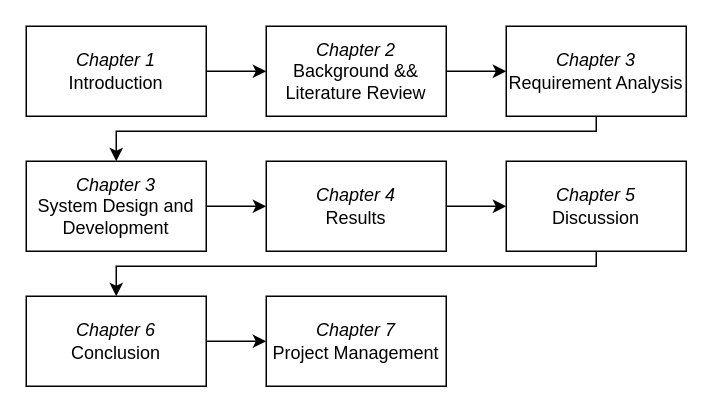
The draw.io diagram 未命名绘图.drawio in YuezhenQin/docs, before the edit. Source tidied: cells renumbered, new cells numbered last; positions are measured from the earlier drawing's top-left corner, leaving out a move shared by most shapes. Both pictures are drawn from the tidied source at 150%, with x=0, y=0 at pixel (26, 26).
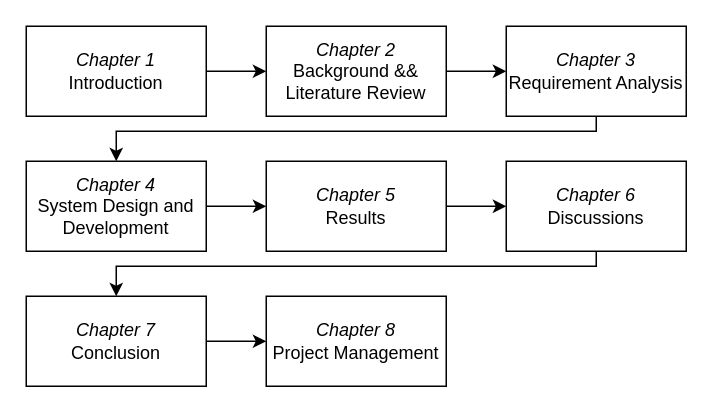
The same diagram, later.

Commit message:
更新未命名绘图.drawio

Change to the diagram source:
```diff
@@
-    <mxCell id="9" value="&lt;i&gt;Chapter 3&lt;/i&gt;&lt;br&gt;System Design and Development" style="rounded=0;whiteSpace=wrap;html=1;" parent="1" vertex="1">
+    <mxCell id="9" value="&lt;i&gt;Chapter 4&lt;/i&gt;&lt;br&gt;System Design and Development" style="rounded=0;whiteSpace=wrap;html=1;" parent="1" vertex="1">
       <mxGeometry y="90" width="120" height="60" as="geometry" />
     </mxCell>
@@
-    <mxCell id="11" value="&lt;i&gt;Chapter 4&lt;/i&gt;&lt;br&gt;Results" style="rounded=0;whiteSpace=wrap;html=1;" parent="1" vertex="1">
+    <mxCell id="11" value="&lt;i&gt;Chapter 5&lt;/i&gt;&lt;br&gt;Results" style="rounded=0;whiteSpace=wrap;html=1;" parent="1" vertex="1">
       <mxGeometry x="160" y="90" width="120" height="60" as="geometry" />
     </mxCell>
@@
-    <mxCell id="13" value="&lt;i&gt;Chapter 5&lt;/i&gt;&lt;br&gt;Discussion" style="rounded=0;whiteSpace=wrap;html=1;" parent="1" vertex="1">
+    <mxCell id="13" value="&lt;i&gt;Chapter 6&lt;/i&gt;&lt;br&gt;Discussions" style="rounded=0;whiteSpace=wrap;html=1;" parent="1" vertex="1">
       <mxGeometry x="320" y="90" width="120" height="60" as="geometry" />
     </mxCell>
@@
-    <mxCell id="15" value="&lt;i&gt;Chapter 6&lt;/i&gt;&lt;br&gt;Conclusion" style="rounded=0;whiteSpace=wrap;html=1;" parent="1" vertex="1">
+    <mxCell id="15" value="&lt;i&gt;Chapter 7&lt;/i&gt;&lt;br&gt;Conclusion" style="rounded=0;whiteSpace=wrap;html=1;" parent="1" vertex="1">
       <mxGeometry y="180" width="120" height="60" as="geometry" />
     </mxCell>
-    <mxCell id="16" value="&lt;i&gt;Chapter 7&lt;/i&gt;&lt;br&gt;Project Management" style="rounded=0;whiteSpace=wrap;html=1;" parent="1" vertex="1">
+    <mxCell id="16" value="&lt;i&gt;Chapter 8&lt;/i&gt;&lt;br&gt;Project Management" style="rounded=0;whiteSpace=wrap;html=1;" parent="1" vertex="1">
       <mxGeometry x="160" y="180" width="120" height="60" as="geometry" />
     </mxCell>
```
